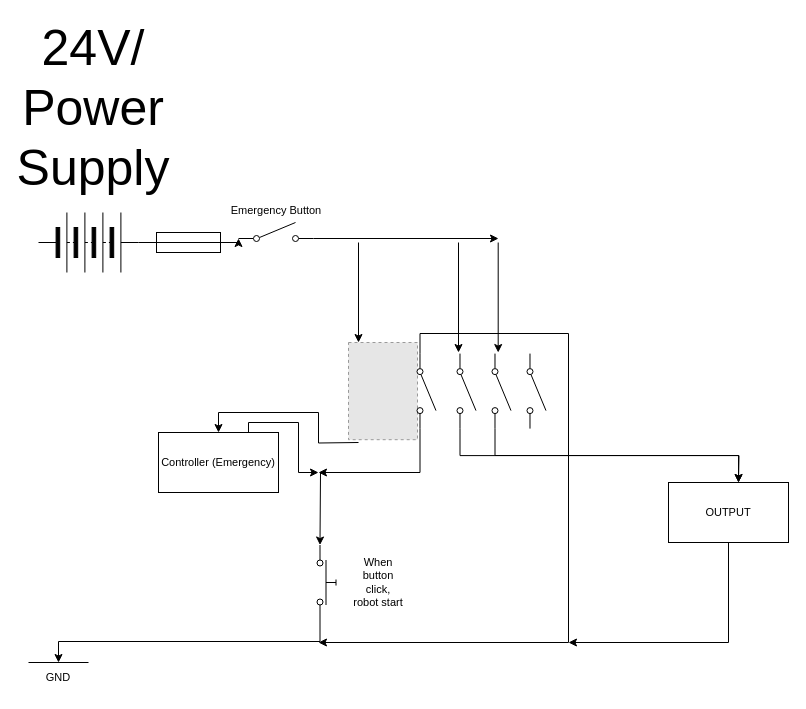
Earlier version of the draw.io diagram 未命名绘图.drawio (brianishandsome/2022-mini-robocon). Source tidied: cells renumbered, new cells numbered last; positions are measured from the earlier drawing's top-left corner, leaving out a move shared by most shapes. Both pictures are drawn from the tidied source at 100%, with x=0, y=0 at pixel (28, 72). Pictures stored in the file or linked from it are replaced by grey dashed boxes.
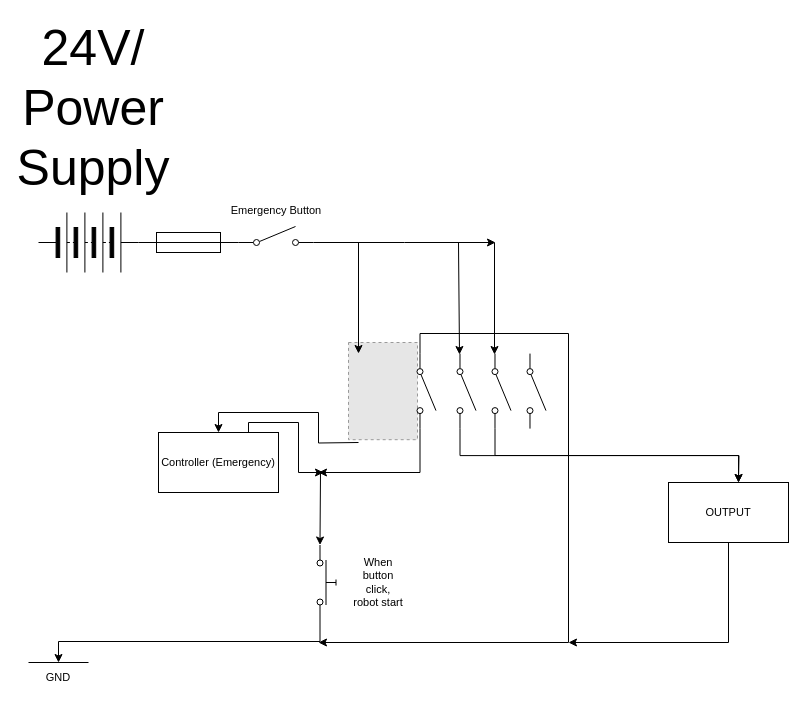
After the change.

Commit message (it also covers changes not shown here):
Update 未命名绘图.drawio

Unchanged cells that the change refers to:
```xml
<mxCell id="4" style="fillColor=#E6E6E6;strokeColor=#999999;dashed=1;verticalLabelPosition=bottom;labelBackgroundColor=default;verticalAlign=top;" parent="1" vertex="1">
  <mxGeometry x="320" y="270" width="69" height="97.2" as="geometry" />
</mxCell>
<mxCell id="15" style="verticalLabelPosition=bottom;shadow=0;dashed=0;align=center;html=1;verticalAlign=top;shape=mxgraph.electrical.miscellaneous.fuse_2;fontSize=50;" parent="1" vertex="1">
  <mxGeometry x="110" y="160" width="100" height="20" as="geometry" />
</mxCell>
<mxCell id="20" value="Controller (Emergency)" style="rounded=0;whiteSpace=wrap;html=1;fontSize=11;" parent="1" vertex="1">
  <mxGeometry x="130" y="360" width="120" height="60" as="geometry" />
</mxCell>
```

The edit, as a diff of the source:
```diff
@@
-    <mxCell id="14" style="edgeStyle=orthogonalEdgeStyle;rounded=0;jettySize=auto;html=1;exitX=1;exitY=0.5;exitDx=0;exitDy=0;exitPerimeter=0;entryX=0;entryY=0.8;entryDx=0;entryDy=0;fontSize=50;" parent="1" edge="1" source="15" target="17">
-      <mxGeometry relative="1" as="geometry" />
-    </mxCell>
@@
-    <mxCell id="16" style="edgeStyle=orthogonalEdgeStyle;rounded=0;jettySize=auto;html=1;exitX=1;exitY=0.8;exitDx=0;exitDy=0;fontSize=11;" parent="1" edge="1" source="17">
-      <mxGeometry relative="1" as="geometry">
-        <mxPoint x="470" y="166" as="targetPoint" />
-      </mxGeometry>
-    </mxCell>
-    <mxCell id="17" style="shape=mxgraph.electrical.electro-mechanical.singleSwitch;elSwitchState=off;fontSize=50;" parent="1" vertex="1">
-      <mxGeometry x="210" y="150" width="75" height="20" as="geometry" />
-    </mxCell>
@@
     <mxCell id="19" style="edgeStyle=orthogonalEdgeStyle;rounded=0;jettySize=auto;html=1;exitX=0.75;exitY=0;exitDx=0;exitDy=0;fontSize=11;" parent="1" edge="1" source="20">
       <mxGeometry relative="1" as="geometry">
-        <mxPoint x="290" y="400" as="targetPoint" />
+        <mxPoint x="295" y="400" as="targetPoint" />
         <Array as="points">
           <mxPoint x="220" y="350" />
           <mxPoint x="270" y="350" />
           <mxPoint x="270" y="400" />
         </Array>
       </mxGeometry>
     </mxCell>
@@
     <mxCell id="27" style="endArrow=classic;html=1;rounded=0;fontSize=11;" parent="1" edge="1">
       <mxGeometry relative="1" as="geometry">
         <mxPoint x="430" y="170" as="sourcePoint" />
-        <mxPoint x="430" y="280" as="targetPoint" />
+        <mxPoint x="431" y="282" as="targetPoint" />
       </mxGeometry>
     </mxCell>
     <mxCell id="28" style="endArrow=classic;html=1;rounded=0;fontSize=11;" parent="1" edge="1">
       <mxGeometry relative="1" as="geometry">
-        <mxPoint x="469.7" y="170" as="sourcePoint" />
-        <mxPoint x="469.7" y="280" as="targetPoint" />
+        <mxPoint x="466" y="170" as="sourcePoint" />
+        <mxPoint x="466" y="282" as="targetPoint" />
       </mxGeometry>
     </mxCell>
@@
-    <mxCell id="32" style="endArrow=classic;html=1;rounded=0;fontSize=11;entryX=0.145;entryY=0;entryDx=0;entryDy=0;entryPerimeter=0;" parent="1" edge="1" target="4">
+    <mxCell id="32" style="endArrow=classic;html=1;rounded=0;fontSize=11;" parent="1" edge="1">
       <mxGeometry relative="1" as="geometry">
         <mxPoint x="330" y="170" as="sourcePoint" />
+        <mxPoint x="330" y="281" as="targetPoint" />
       </mxGeometry>
     </mxCell>
@@
+    <mxCell id="34" style="edgeStyle=orthogonalEdgeStyle;rounded=0;jettySize=auto;html=1;exitX=1;exitY=0.8;exitDx=0;exitDy=0;fontSize=11;" parent="1" edge="1" source="35">
+      <mxGeometry relative="1" as="geometry">
+        <mxPoint x="467" y="170" as="targetPoint" />
+      </mxGeometry>
+    </mxCell>
+    <mxCell id="35" style="shape=mxgraph.electrical.electro-mechanical.singleSwitch;elSwitchState=off;fontSize=11;" parent="1" vertex="1">
+      <mxGeometry x="210" y="154" width="75" height="20" as="geometry" />
+    </mxCell>
```
